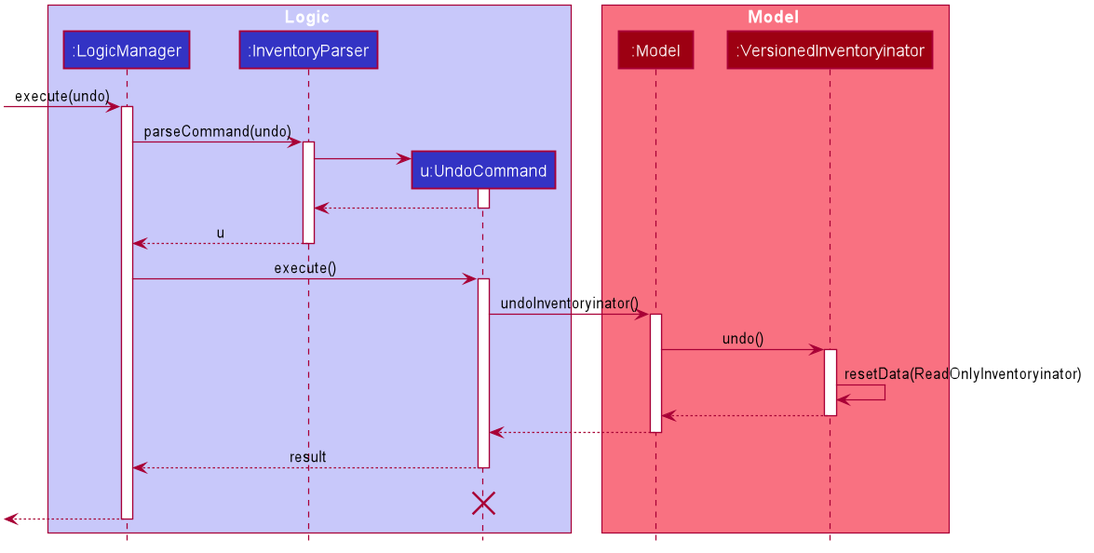
Earlier version of the PlantUML export docs/images/UndoSequenceDiagram.png (nus-cs2103-AY2021S1/tp).
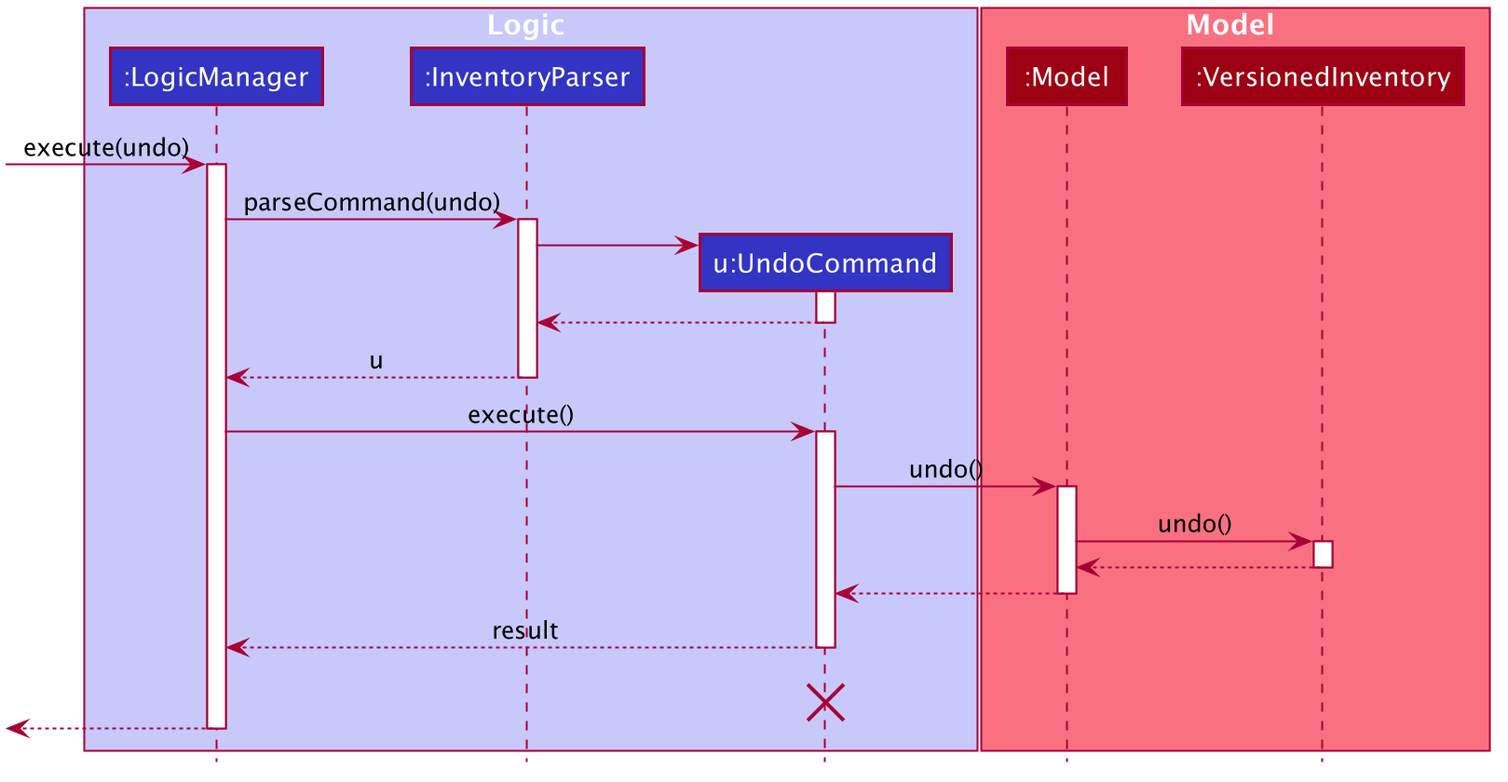
After the change.

Diff of the diagram source:
```diff
@@ -56,7 +56,7 @@
 
 box Model #F97181
 participant ":Model" as Model #9D0012
-participant ":VersionedInventoryinator" as VersionedInventoryinator #9D0012
+participant ":VersionedInventory" as VersionedInventory #9D0012
 end box
 [-> LogicManager : execute(undo)
 activate LogicManager
@@ -77,15 +77,14 @@
 LogicManager -> UndoCommand : execute()
 activate UndoCommand
 
-UndoCommand -> Model : undoInventoryinator()
+UndoCommand -> Model : undo()
 activate Model
 
-Model -> VersionedInventoryinator : undo()
-activate VersionedInventoryinator
+Model -> VersionedInventory : undo()
+activate VersionedInventory
 
-VersionedInventoryinator -> VersionedInventoryinator :resetData(ReadOnlyInventoryinator)
-VersionedInventoryinator --> Model :
-deactivate VersionedInventoryinator
+VersionedInventory --> Model :
+deactivate VersionedInventory
 
 Model --> UndoCommand
 deactivate Model
```
